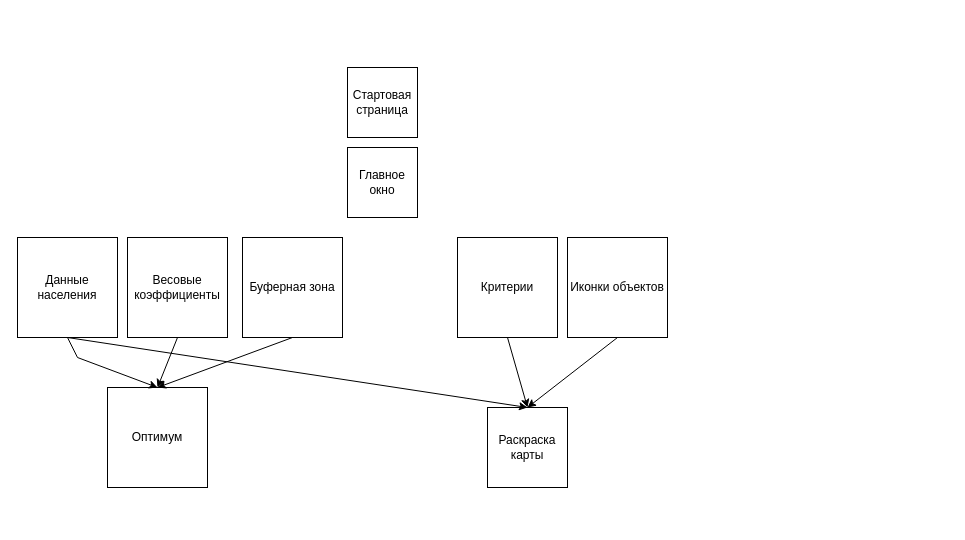
IsaevAlexGit/Test keeps this draw.io diagram as Untitled Diagram.drawio. Above is the earlier version. Source tidied: cells renumbered, new cells numbered last; positions are measured from the earlier drawing's top-left corner, leaving out a move shared by most shapes. Both pictures are drawn from the tidied source at 100%, with x=0, y=0 at pixel (17, 67).
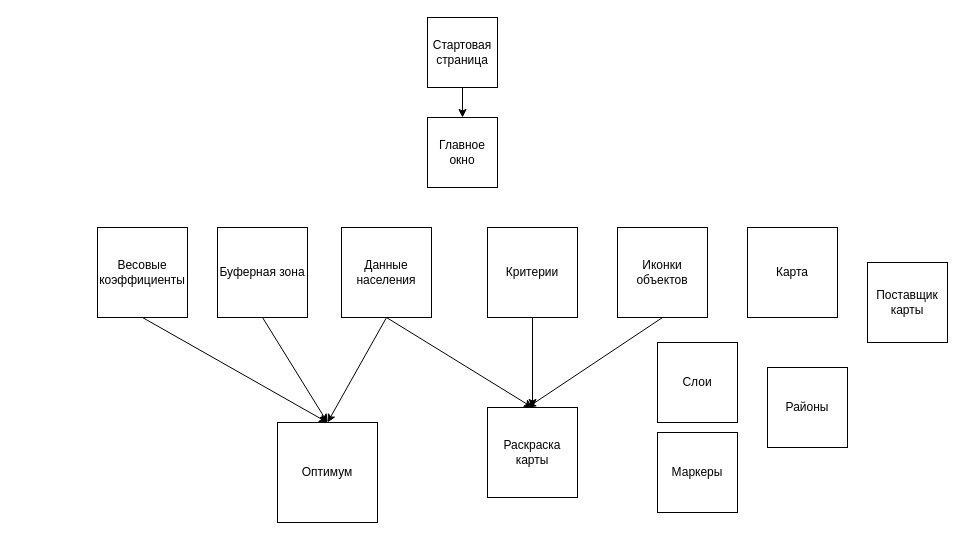
The same diagram, later.

Change to the diagram source:
```diff
@@
     <mxCell id="2" value="Стартовая страница" style="whiteSpace=wrap;html=1;" parent="1" vertex="1">
-      <mxGeometry x="330" width="70" height="70" as="geometry" />
+      <mxGeometry x="410" y="-50" width="70" height="70" as="geometry" />
     </mxCell>
     <mxCell id="3" value="Главное окно" style="whiteSpace=wrap;html=1;" parent="1" vertex="1">
-      <mxGeometry x="330" y="80" width="70" height="70" as="geometry" />
+      <mxGeometry x="410" y="50" width="70" height="70" as="geometry" />
     </mxCell>
     <mxCell id="4" value="Данные населения" style="whiteSpace=wrap;html=1;" parent="1" vertex="1">
-      <mxGeometry y="170" width="100" height="100" as="geometry" />
+      <mxGeometry x="324" y="160" width="90" height="90" as="geometry" />
     </mxCell>
     <mxCell id="5" value="Критерии" style="whiteSpace=wrap;html=1;" parent="1" vertex="1">
-      <mxGeometry x="440" y="170" width="100" height="100" as="geometry" />
+      <mxGeometry x="470" y="160" width="90" height="90" as="geometry" />
     </mxCell>
     <mxCell id="6" value="Весовые коэффициенты" style="whiteSpace=wrap;html=1;" parent="1" vertex="1">
-      <mxGeometry x="110" y="170" width="100" height="100" as="geometry" />
+      <mxGeometry x="80" y="160" width="90" height="90" as="geometry" />
     </mxCell>
     <mxCell id="7" value="Буферная зона" style="whiteSpace=wrap;html=1;" parent="1" vertex="1">
-      <mxGeometry x="225" y="170" width="100" height="100" as="geometry" />
+      <mxGeometry x="200" y="160" width="90" height="90" as="geometry" />
     </mxCell>
     <mxCell id="8" value="Оптимум" style="whiteSpace=wrap;html=1;" parent="1" vertex="1">
-      <mxGeometry x="90" y="320" width="100" height="100" as="geometry" />
+      <mxGeometry x="260" y="355" width="100" height="100" as="geometry" />
     </mxCell>
     <mxCell id="9" value="Раскраска карты" style="whiteSpace=wrap;html=1;" parent="1" vertex="1">
-      <mxGeometry x="470" y="340" width="80" height="80" as="geometry" />
+      <mxGeometry x="470" y="340" width="90" height="90" as="geometry" />
     </mxCell>
     <mxCell id="10" value="Иконки объектов" style="whiteSpace=wrap;html=1;" parent="1" vertex="1">
-      <mxGeometry x="550" y="170" width="100" height="100" as="geometry" />
+      <mxGeometry x="600" y="160" width="90" height="90" as="geometry" />
     </mxCell>
     <mxCell id="11" style="endArrow=classic;html=1;rounded=0;entryX=0.5;entryY=0;entryDx=0;entryDy=0;exitX=0.5;exitY=1;exitDx=0;exitDy=0;" parent="1" edge="1" source="4" target="8">
-      <mxGeometry relative="1" as="geometry">
-        <Array as="points">
-          <mxPoint x="60" y="290" />
-        </Array>
-      </mxGeometry>
+      <mxGeometry relative="1" as="geometry" />
     </mxCell>
-    <mxCell id="12" style="endArrow=classic;html=1;rounded=0;exitX=0.5;exitY=1;exitDx=0;exitDy=0;" parent="1" edge="1" source="6">
-      <mxGeometry relative="1" as="geometry">
-        <mxPoint x="140" y="320" as="targetPoint" />
-      </mxGeometry>
+    <mxCell id="12" style="endArrow=classic;html=1;rounded=0;exitX=0.5;exitY=1;exitDx=0;exitDy=0;entryX=0.5;entryY=0;entryDx=0;entryDy=0;" parent="1" edge="1" source="6" target="8">
+      <mxGeometry relative="1" as="geometry" />
     </mxCell>
@@
+    <mxCell id="17" value="Карта" style="whiteSpace=wrap;html=1;" parent="1" vertex="1">
+      <mxGeometry x="730" y="160" width="90" height="90" as="geometry" />
+    </mxCell>
+    <mxCell id="18" value="Слои" style="whiteSpace=wrap;html=1;" parent="1" vertex="1">
+      <mxGeometry x="640" y="275" width="80" height="80" as="geometry" />
+    </mxCell>
+    <mxCell id="19" value="Маркеры" style="whiteSpace=wrap;html=1;" parent="1" vertex="1">
+      <mxGeometry x="640" y="365" width="80" height="80" as="geometry" />
+    </mxCell>
+    <mxCell id="20" value="Районы" style="whiteSpace=wrap;html=1;" parent="1" vertex="1">
+      <mxGeometry x="750" y="300" width="80" height="80" as="geometry" />
+    </mxCell>
+    <mxCell id="21" value="Поставщик карты" style="whiteSpace=wrap;html=1;" parent="1" vertex="1">
+      <mxGeometry x="850" y="195" width="80" height="80" as="geometry" />
+    </mxCell>
+    <mxCell id="22" style="endArrow=classic;html=1;rounded=0;entryX=0.5;entryY=0;entryDx=0;entryDy=0;exitX=0.5;exitY=1;exitDx=0;exitDy=0;" parent="1" edge="1" source="2" target="3">
+      <mxGeometry relative="1" as="geometry" />
+    </mxCell>
```
